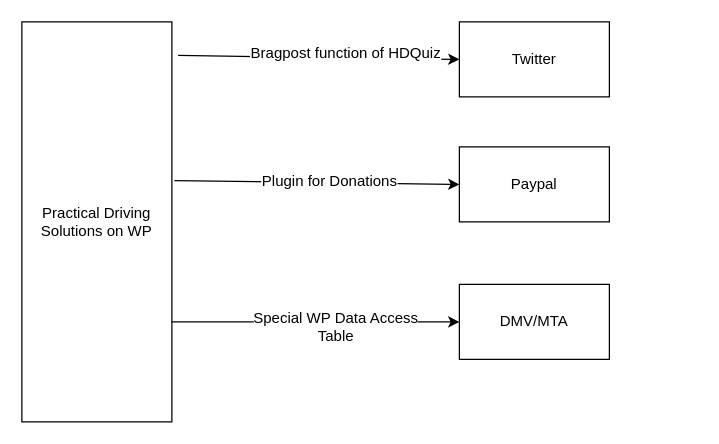
awalte11/Driving-Quiz-Project keeps this draw.io diagram as Project Documentation/Interface Diagram.drawio. Above is the earlier version. Source tidied: cells renumbered, new cells numbered last; positions are measured from the earlier drawing's top-left corner, leaving out a move shared by most shapes. Both pictures are drawn from the tidied source at 125%, with x=0, y=0 at pixel (21, 21).
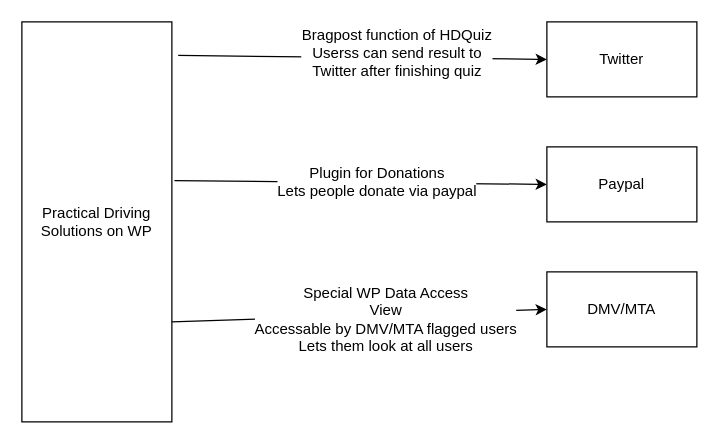
After the change.

Commit message (it also covers changes not shown here):
improved Interface Diagram

look at the PNG

Diff of the diagram source:
```diff
@@
 <mxGraphModel>
   <root>
     <mxCell id="0" />
     <mxCell id="1" parent="0" />
     <mxCell id="2" value="Practical Driving Solutions on WP" style="rounded=0;whiteSpace=wrap;html=1;" parent="1" vertex="1">
       <mxGeometry width="120" height="320" as="geometry" />
     </mxCell>
     <mxCell id="3" value="Twitter" style="rounded=0;whiteSpace=wrap;html=1;" parent="1" vertex="1">
-      <mxGeometry x="350" width="120" height="60" as="geometry" />
+      <mxGeometry x="420" width="120" height="60" as="geometry" />
     </mxCell>
     <mxCell id="4" style="endArrow=classic;html=1;entryX=0;entryY=0.5;entryDx=0;entryDy=0;exitX=1.042;exitY=0.084;exitDx=0;exitDy=0;exitPerimeter=0;" parent="1" edge="1" source="2" target="3">
       <mxGeometry relative="1" as="geometry" />
     </mxCell>
-    <mxCell id="5" value="Bragpost function of HDQuiz" style="text;html=1;align=center;verticalAlign=middle;labelBackgroundColor=#ffffff;" parent="4" vertex="1">
+    <mxCell id="5" value="Bragpost function of HDQuiz&lt;br&gt;Userss can send result to&lt;br&gt; Twitter after finishing quiz" style="text;html=1;align=center;verticalAlign=middle;labelBackgroundColor=#ffffff;" parent="4" vertex="1">
       <mxGeometry x="0.18" y="4" relative="1" as="geometry" />
     </mxCell>
     <mxCell id="6" value="Paypal" style="rounded=0;whiteSpace=wrap;html=1;" parent="1" vertex="1">
-      <mxGeometry x="350" y="100" width="120" height="60" as="geometry" />
+      <mxGeometry x="420" y="100" width="120" height="60" as="geometry" />
     </mxCell>
     <mxCell id="7" style="endArrow=classic;html=1;exitX=1.017;exitY=0.397;exitDx=0;exitDy=0;exitPerimeter=0;entryX=0;entryY=0.5;entryDx=0;entryDy=0;" parent="1" edge="1" source="2" target="6">
       <mxGeometry relative="1" as="geometry" />
     </mxCell>
-    <mxCell id="8" value="Plugin for Donations" style="text;html=1;align=center;verticalAlign=middle;labelBackgroundColor=#ffffff;" parent="7" vertex="1">
+    <mxCell id="8" value="Plugin for Donations&lt;br&gt;&lt;div&gt;Lets people donate via paypal&lt;/div&gt;" style="text;html=1;align=center;verticalAlign=middle;labelBackgroundColor=#ffffff;" parent="7" vertex="1">
       <mxGeometry x="0.08" y="1" relative="1" as="geometry" />
     </mxCell>
     <mxCell id="9" value="DMV/MTA" style="rounded=0;whiteSpace=wrap;html=1;" parent="1" vertex="1">
-      <mxGeometry x="350" y="210" width="120" height="60" as="geometry" />
+      <mxGeometry x="420" y="200" width="120" height="60" as="geometry" />
     </mxCell>
     <mxCell id="10" style="endArrow=classic;html=1;exitX=1;exitY=0.75;exitDx=0;exitDy=0;entryX=0;entryY=0.5;entryDx=0;entryDy=0;" parent="1" edge="1" source="2" target="9">
       <mxGeometry relative="1" as="geometry" />
     </mxCell>
-    <mxCell id="11" value="&lt;div&gt;Special WP Data Access &lt;br&gt;&lt;/div&gt;&lt;div&gt;Table&lt;br&gt;&lt;/div&gt;" style="text;html=1;align=center;verticalAlign=middle;labelBackgroundColor=#ffffff;" parent="10" vertex="1">
+    <mxCell id="11" value="&lt;div&gt;Special WP Data Access &lt;br&gt;&lt;/div&gt;&lt;div&gt;View&lt;br&gt;Accessable by DMV/MTA flagged users&lt;br&gt;Lets them look at all users&lt;br&gt;&lt;/div&gt;" style="text;html=1;align=center;verticalAlign=middle;labelBackgroundColor=#ffffff;" parent="10" vertex="1">
       <mxGeometry x="0.13" y="-3" relative="1" as="geometry" />
     </mxCell>
   </root>
 </mxGraphModel>
```
